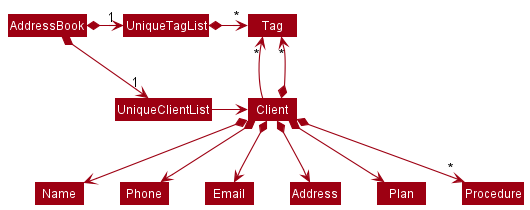
This is docs/images/BetterModelClassDiagram.png from nus-cs2103-AY2122S2/tp, a PlantUML export, as it was before one commit.
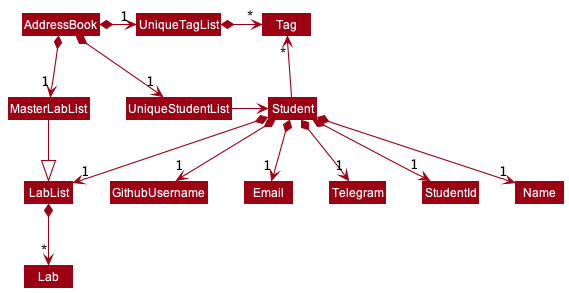
The same diagram one commit later.

What changed in the source:
```diff
@@ -4,21 +4,23 @@
 skinparam arrowColor MODEL_COLOR
 skinparam classBackgroundColor MODEL_COLOR
 
-AddressBook *-right-> "1" UniqueClientList
+AddressBook *-right-> "1" UniqueStudentList
 AddressBook *-right-> "1" UniqueTagList
-UniqueTagList -[hidden]down- UniqueClientList
-UniqueTagList -[hidden]down- UniqueClientList
+AddressBook *-down-> "1" MasterLabList
+UniqueTagList -[hidden]down- UniqueStudentList
+UniqueTagList -[hidden]down- UniqueStudentList
 
+MasterLabList -down-|> LabList
+LabList *--> "~*" Lab
 UniqueTagList *-right-> "*" Tag
-UniqueClientList -right-> Client
+UniqueStudentList -right-> Student
 
-Client -up-> "*" Tag
+Student -up-> "*" Tag
 
-Client *--> Name
-Client *--> Phone
-Client *--> Email
-Client *--> Address
-Client *--> Plan
-Client *--> "*" Tag
-Client *--> "*" Procedure
+Student *--> "1" Name
+Student *--> "1" GithubUsername
+Student *--> "1" Email
+Student *--> "1" Telegram
+Student *--> "1" StudentId
+Student *--> "1" LabList
 @enduml
```
